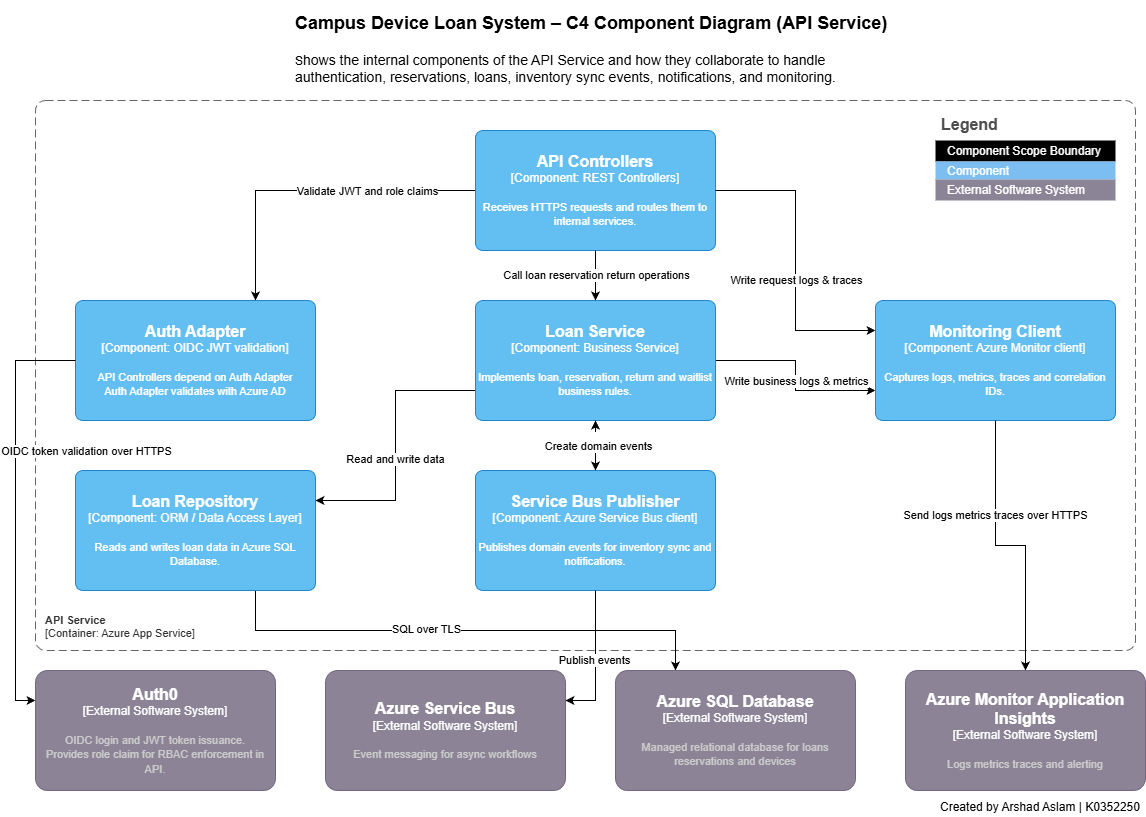
Before: Documentation/Diagrams/component-diagram.png, a diagram exported from draw.io (arshy786/campus_device_loan_system). Source tidied: cells renumbered, new cells last; positions are measured from the earlier drawing's top-left corner, leaving out a move shared by most shapes.
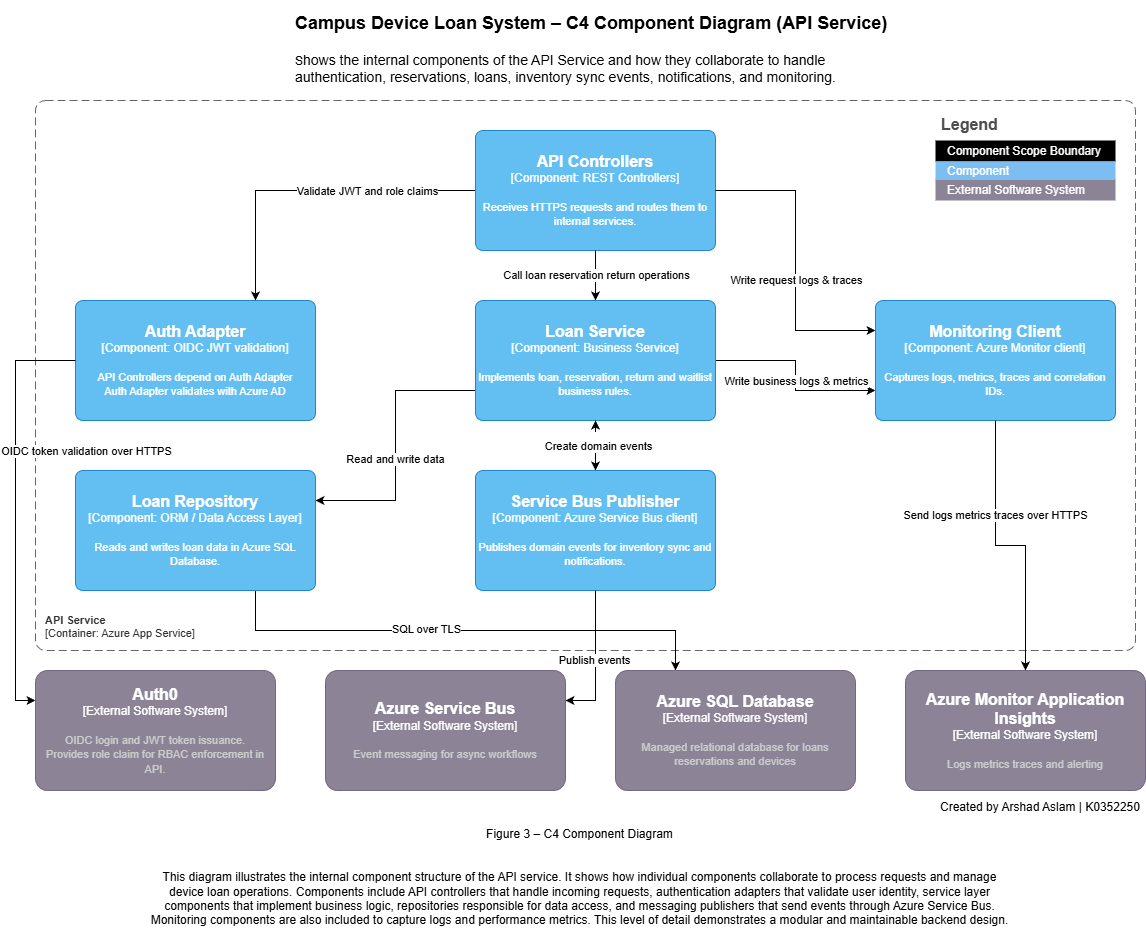
After the change.

The edit, as a diff of the source:
```diff
@@ -174,5 +174,8 @@
     <mxCell id="45" value="Create domain events" style="edgeLabel;html=1;align=center;verticalAlign=middle;" parent="1" vertex="1">
       <mxGeometry x="562" y="445" as="geometry" />
     </mxCell>
+    <mxCell id="46" value="&lt;span&gt;Figure 3 – C4 Component Diagram&lt;br&gt;&lt;br&gt;&lt;br/&gt;This diagram illustrates the internal component structure of the API service. It shows how individual components collaborate to process requests and manage device loan operations. Components include API controllers that handle incoming requests, authentication adapters that validate user identity, service layer components that implement business logic, repositories responsible for data access, and messaging publishers that send events through Azure Service Bus. Monitoring components are also included to capture logs and performance metrics. This level of detail demonstrates a modular and maintainable backend design.&lt;/span&gt;" style="text;html=1;whiteSpace=wrap;strokeColor=none;fillColor=none;align=center;verticalAlign=middle;rounded=0;" parent="1" vertex="1">
+      <mxGeometry x="112" y="824" width="865" height="106" as="geometry" />
+    </mxCell>
   </root>
 </mxGraphModel>
```
